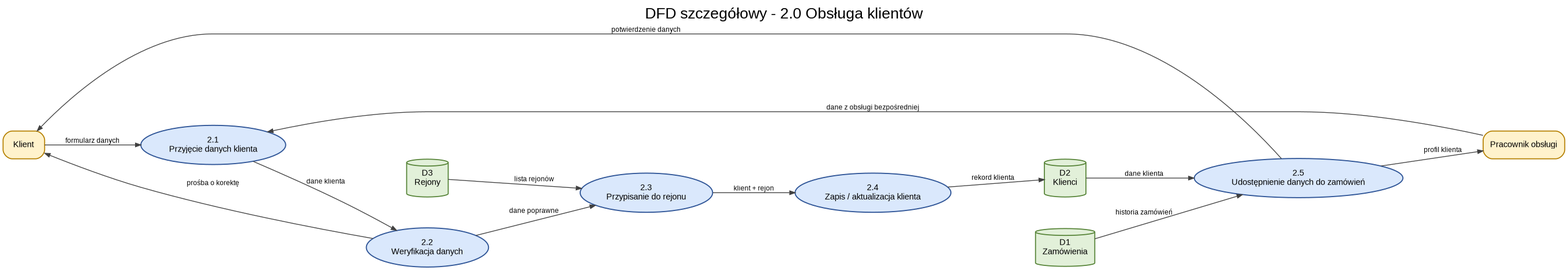
kubatrojanowski538-create/prz keeps this Graphviz diagram as inzynieria/cwiczenie_6_diagramy/dfd_03_szczegolowy_klient.png. Above is the earlier version. Its source is kept beside it as inzynieria/cwiczenie_6_diagramy/dfd_03_szczegolowy_klient.dot. The source it was exported from:
```dot
digraph G {
  graph [
    rankdir=LR,
    splines=true,
    nodesep=0.55,
    ranksep=0.75,
    bgcolor="white",
    labelloc="t",
    label="DFD szczegółowy - 2.0 Obsługa klientów",
    fontname="Arial",
    fontsize=20,
    compound=true
  ];
  node [fontname="Arial", fontsize=11, margin="0.12,0.08"];
  edge [fontname="Arial", fontsize=9, color="#3f3f3f", arrowsize=0.7];

  node [shape=box, style="rounded,filled", fillcolor="#fff2cc", color="#b57f00", penwidth=1.3];
  klient [label="Klient"];
  pracownik [label="Pracownik obsługi"];
  node [shape=ellipse, style="filled", fillcolor="#dae8fc", color="#2f5597", penwidth=1.4];
  p21 [label="2.1\nPrzyjęcie danych klienta"];
  p22 [label="2.2\nWeryfikacja danych"];
  p23 [label="2.3\nPrzypisanie do rejonu"];
  p24 [label="2.4\nZapis / aktualizacja klienta"];
  p25 [label="2.5\nUdostępnienie danych do zamówień"];
  node [shape=cylinder, style="filled", fillcolor="#e2f0d9", color="#548235", penwidth=1.3];
  d2 [label="D2\nKlienci"];
  d3 [label="D3\nRejony"];
  d1 [label="D1\nZamówienia"];
  klient -> p21 [label="formularz danych"];
  pracownik -> p21 [label="dane z obsługi bezpośredniej"];
  p21 -> p22 [label="dane klienta"];
  p22 -> p23 [label="dane poprawne"];
  p22 -> klient [label="prośba o korektę"];
  d3 -> p23 [label="lista rejonów"];
  p23 -> p24 [label="klient + rejon"];
  p24 -> d2 [label="rekord klienta"];
  d2 -> p25 [label="dane klienta"];
  d1 -> p25 [label="historia zamówień"];
  p25 -> pracownik [label="profil klienta"];
  p25 -> klient [label="potwierdzenie danych"];
}
```
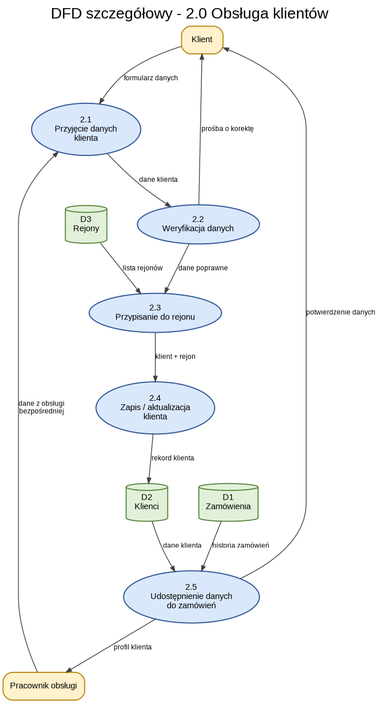
After the change.

What changed in the source:
```diff
@@ -1,6 +1,6 @@
 digraph G {
   graph [
-    rankdir=LR,
+    rankdir=TB,
     splines=true,
     nodesep=0.55,
     ranksep=0.75,
@@ -18,17 +18,17 @@
   klient [label="Klient"];
   pracownik [label="Pracownik obsługi"];
   node [shape=ellipse, style="filled", fillcolor="#dae8fc", color="#2f5597", penwidth=1.4];
-  p21 [label="2.1\nPrzyjęcie danych klienta"];
+  p21 [label="2.1\nPrzyjęcie danych\nklienta"];
   p22 [label="2.2\nWeryfikacja danych"];
   p23 [label="2.3\nPrzypisanie do rejonu"];
-  p24 [label="2.4\nZapis / aktualizacja klienta"];
-  p25 [label="2.5\nUdostępnienie danych do zamówień"];
+  p24 [label="2.4\nZapis / aktualizacja\nklienta"];
+  p25 [label="2.5\nUdostępnienie danych\ndo zamówień"];
   node [shape=cylinder, style="filled", fillcolor="#e2f0d9", color="#548235", penwidth=1.3];
   d2 [label="D2\nKlienci"];
   d3 [label="D3\nRejony"];
   d1 [label="D1\nZamówienia"];
   klient -> p21 [label="formularz danych"];
-  pracownik -> p21 [label="dane z obsługi bezpośredniej"];
+  pracownik -> p21 [label="dane z obsługi\nbezpośredniej"];
   p21 -> p22 [label="dane klienta"];
   p22 -> p23 [label="dane poprawne"];
   p22 -> klient [label="prośba o korektę"];
```
